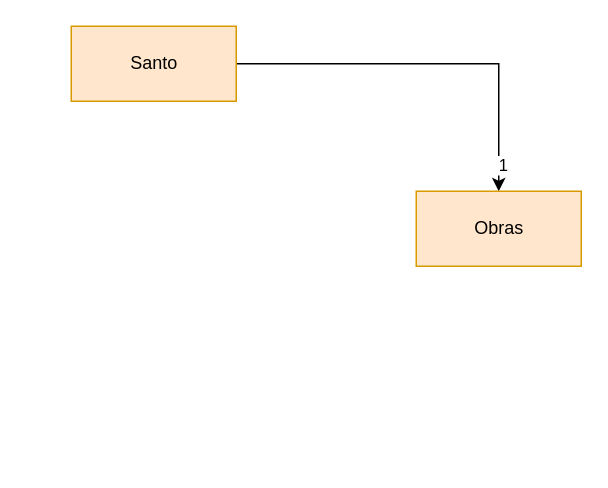
Earlier version of the draw.io diagram Documentation/Untitled Diagram.drawio (the-catholics/Saints-API). Source tidied: cells renumbered, new cells numbered last; positions are measured from the earlier drawing's top-left corner, leaving out a move shared by most shapes. Both pictures are drawn from the tidied source at 150%, with x=0, y=0 at pixel (70, 26).
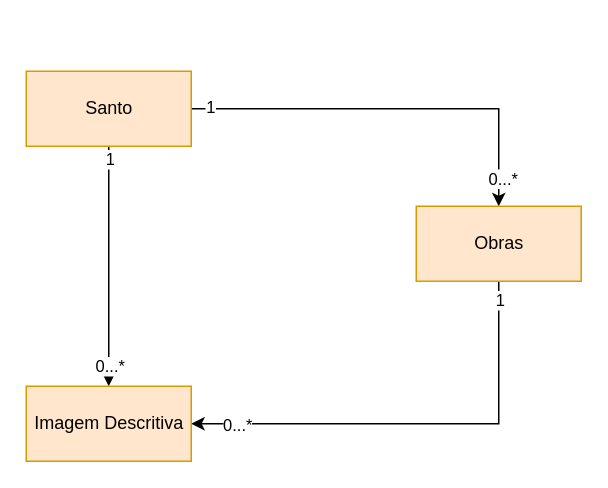
The same diagram, later.

Diff of the diagram source:
```diff
@@
 <mxGraphModel>
   <root>
     <mxCell id="0" />
     <mxCell id="1" parent="0" />
     <mxCell id="2" style="edgeStyle=orthogonalEdgeStyle;rounded=0;jettySize=auto;html=1;" parent="1" edge="1" source="4" target="5">
       <mxGeometry relative="1" as="geometry" />
     </mxCell>
-    <mxCell id="3" value="1" style="edgeLabel;html=1;align=center;verticalAlign=middle;" parent="2" vertex="1">
+    <mxCell id="3" value="0...*" style="edgeLabel;html=1;align=center;verticalAlign=middle;" parent="2" vertex="1">
       <mxGeometry x="0.86" y="2" relative="1" as="geometry" />
     </mxCell>
+    <mxCell id="6" value="1" style="edgeLabel;html=1;align=center;verticalAlign=middle;" parent="2" vertex="1">
+      <mxGeometry x="-0.91" y="2" relative="1" as="geometry" />
+    </mxCell>
+    <mxCell id="7" style="edgeStyle=orthogonalEdgeStyle;rounded=0;jettySize=auto;html=1;" parent="1" edge="1" source="4" target="13">
+      <mxGeometry relative="1" as="geometry" />
+    </mxCell>
+    <mxCell id="8" value="1" style="edgeLabel;html=1;align=center;verticalAlign=middle;" parent="7" vertex="1">
+      <mxGeometry x="-0.9" relative="1" as="geometry" />
+    </mxCell>
+    <mxCell id="9" value="0...*" style="edgeLabel;html=1;align=center;verticalAlign=middle;" parent="7" vertex="1">
+      <mxGeometry x="0.82" relative="1" as="geometry" />
+    </mxCell>
     <mxCell id="4" value="Santo" style="html=1;fillColor=#ffe6cc;strokeColor=#d79b00;" parent="1" vertex="1">
-      <mxGeometry width="110" height="50" as="geometry" />
+      <mxGeometry x="-30" y="30" width="110" height="50" as="geometry" />
     </mxCell>
+    <mxCell id="10" style="edgeStyle=orthogonalEdgeStyle;rounded=0;jettySize=auto;html=1;" parent="1" edge="1" source="5" target="13">
+      <mxGeometry relative="1" as="geometry">
+        <Array as="points">
+          <mxPoint x="285" y="265" />
+        </Array>
+      </mxGeometry>
+    </mxCell>
+    <mxCell id="11" value="1" style="edgeLabel;html=1;align=center;verticalAlign=middle;" parent="10" vertex="1">
+      <mxGeometry x="-0.92" relative="1" as="geometry" />
+    </mxCell>
+    <mxCell id="12" value="0...*" style="edgeLabel;html=1;align=center;verticalAlign=middle;" parent="10" vertex="1">
+      <mxGeometry x="0.86" relative="1" as="geometry">
+        <mxPoint x="9" as="offset" />
+      </mxGeometry>
+    </mxCell>
     <mxCell id="5" value="Obras" style="html=1;fillColor=#ffe6cc;strokeColor=#d79b00;" parent="1" vertex="1">
-      <mxGeometry x="230" y="110" width="110" height="50" as="geometry" />
+      <mxGeometry x="230" y="120" width="110" height="50" as="geometry" />
     </mxCell>
+    <mxCell id="13" value="Imagem Descritiva" style="html=1;fillColor=#ffe6cc;strokeColor=#d79b00;" parent="1" vertex="1">
+      <mxGeometry x="-30" y="240" width="110" height="50" as="geometry" />
+    </mxCell>
   </root>
 </mxGraphModel>
```
